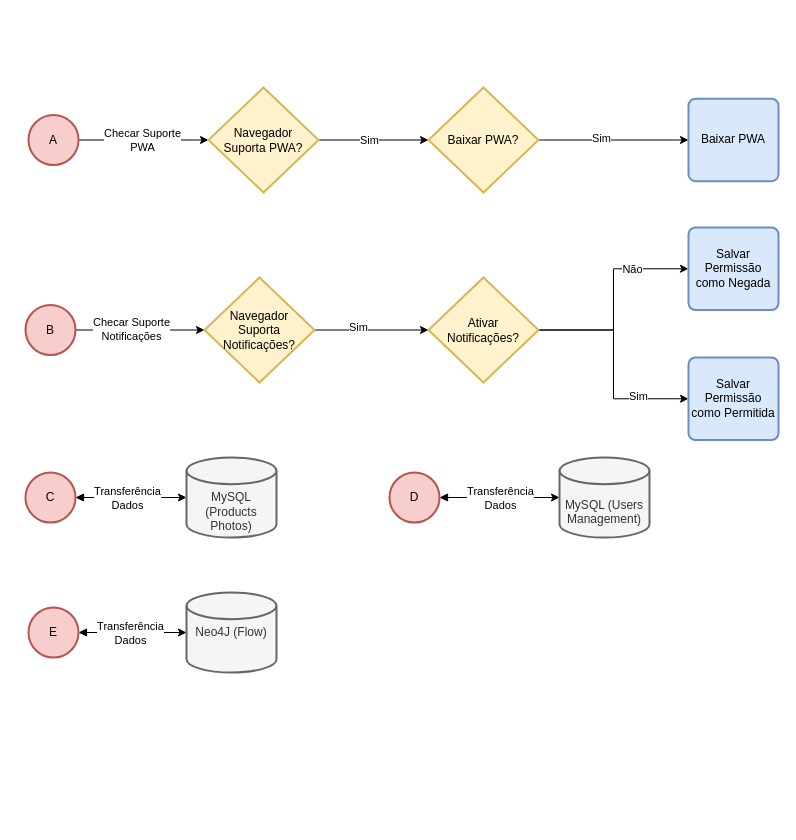
This is page "Functions - Connections" (1 of 7) of tcc-flow.drawio from CSFelix/UML, a draw.io file, before an edit. Source tidied: cells renumbered, new cells numbered last; positions are measured from the earlier drawing's top-left corner, leaving out a move shared by most shapes. Both pictures are drawn from the tidied source at 100%, with x=0, y=0 at pixel (25, 87).
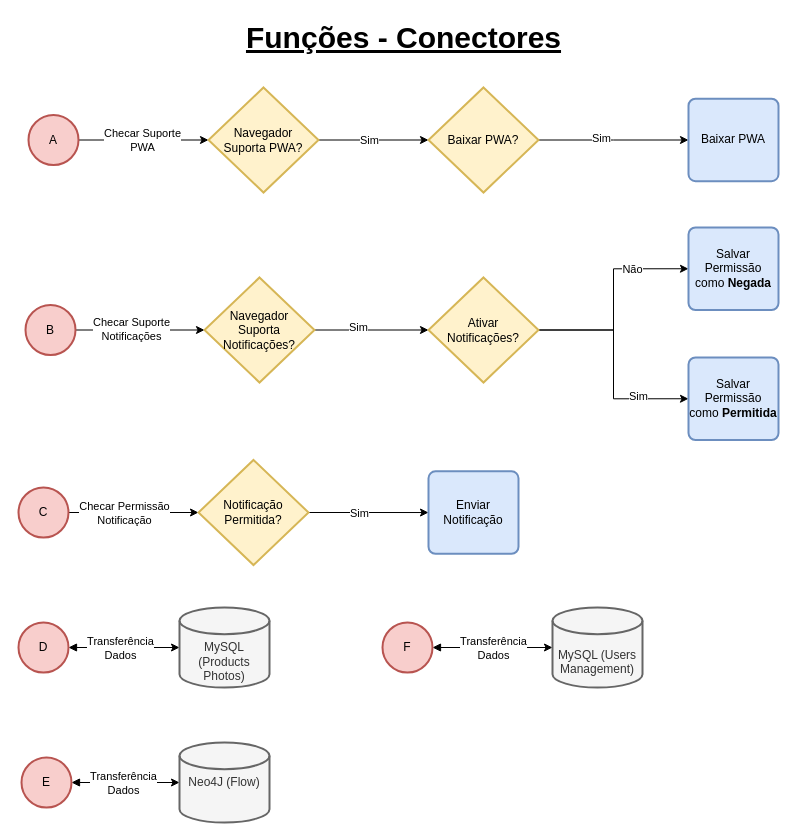
After the change.

Change to the diagram source:
```diff
@@
+    <mxCell id="37" value="Funções - Conectores" style="text;html=1;align=center;verticalAlign=middle;rounded=0;fontStyle=5;dashed=1;shadow=0;sketch=0;glass=0;fontSize=30;direction=west;rotation=0;" parent="1" vertex="1">
+      <mxGeometry x="213" y="-70" width="330" height="40" as="geometry" />
+    </mxCell>
@@
     <mxCell id="4" value="E" style="strokeWidth=2;html=1;shape=mxgraph.flowchart.start_2;whiteSpace=wrap;fillColor=#f8cecc;strokeColor=#b85450;" parent="1" vertex="1">
-      <mxGeometry x="3" y="520" width="50" height="50" as="geometry" />
+      <mxGeometry x="-4" y="670" width="50" height="50" as="geometry" />
     </mxCell>
@@
-    <mxCell id="7" value="D" style="strokeWidth=2;html=1;shape=mxgraph.flowchart.start_2;whiteSpace=wrap;fillColor=#f8cecc;strokeColor=#b85450;" parent="1" vertex="1">
-      <mxGeometry x="364" y="385" width="50" height="50" as="geometry" />
+    <mxCell id="7" value="F" style="strokeWidth=2;html=1;shape=mxgraph.flowchart.start_2;whiteSpace=wrap;fillColor=#f8cecc;strokeColor=#b85450;" parent="1" vertex="1">
+      <mxGeometry x="357" y="535" width="50" height="50" as="geometry" />
     </mxCell>
@@
-    <mxCell id="10" value="C" style="strokeWidth=2;html=1;shape=mxgraph.flowchart.start_2;whiteSpace=wrap;fillColor=#f8cecc;strokeColor=#b85450;" parent="1" vertex="1">
-      <mxGeometry y="385" width="50" height="50" as="geometry" />
+    <mxCell id="10" value="D" style="strokeWidth=2;html=1;shape=mxgraph.flowchart.start_2;whiteSpace=wrap;fillColor=#f8cecc;strokeColor=#b85450;" parent="1" vertex="1">
+      <mxGeometry x="-7" y="535" width="50" height="50" as="geometry" />
     </mxCell>
@@
     <mxCell id="17" value="&lt;br&gt;&lt;br&gt;MySQL (Users Management)" style="strokeWidth=2;html=1;shape=mxgraph.flowchart.database;whiteSpace=wrap;fillColor=#f5f5f5;strokeColor=#666666;fontColor=#333333;" parent="1" vertex="1">
-      <mxGeometry x="534" y="370" width="90" height="80" as="geometry" />
+      <mxGeometry x="527" y="520" width="90" height="80" as="geometry" />
     </mxCell>
     <mxCell id="18" value="Neo4J (Flow)" style="strokeWidth=2;html=1;shape=mxgraph.flowchart.database;whiteSpace=wrap;fillColor=#f5f5f5;strokeColor=#666666;fontColor=#333333;" parent="1" vertex="1">
-      <mxGeometry x="161" y="505" width="90" height="80" as="geometry" />
+      <mxGeometry x="154" y="655" width="90" height="80" as="geometry" />
     </mxCell>
     <mxCell id="19" value="&lt;br&gt;&lt;br&gt;MySQL (Products Photos)" style="strokeWidth=2;html=1;shape=mxgraph.flowchart.database;whiteSpace=wrap;fillColor=#f5f5f5;strokeColor=#666666;fontColor=#333333;" parent="1" vertex="1">
-      <mxGeometry x="161" y="370" width="90" height="80" as="geometry" />
+      <mxGeometry x="154" y="520" width="90" height="80" as="geometry" />
     </mxCell>
@@
-    <mxCell id="35" value="Salvar Permissão como Negada" style="rounded=1;whiteSpace=wrap;html=1;absoluteArcSize=1;arcSize=14;strokeWidth=2;fillColor=#dae8fc;strokeColor=#6c8ebf;" parent="1" vertex="1">
+    <mxCell id="35" value="Salvar Permissão como &lt;b&gt;Negada&lt;/b&gt;" style="rounded=1;whiteSpace=wrap;html=1;absoluteArcSize=1;arcSize=14;strokeWidth=2;fillColor=#dae8fc;strokeColor=#6c8ebf;" parent="1" vertex="1">
       <mxGeometry x="663" y="140" width="90" height="82.5" as="geometry" />
     </mxCell>
-    <mxCell id="36" value="Salvar Permissão como Permitida" style="rounded=1;whiteSpace=wrap;html=1;absoluteArcSize=1;arcSize=14;strokeWidth=2;fillColor=#dae8fc;strokeColor=#6c8ebf;" parent="1" vertex="1">
+    <mxCell id="36" value="Salvar Permissão como &lt;b&gt;Permitida&lt;/b&gt;" style="rounded=1;whiteSpace=wrap;html=1;absoluteArcSize=1;arcSize=14;strokeWidth=2;fillColor=#dae8fc;strokeColor=#6c8ebf;" parent="1" vertex="1">
       <mxGeometry x="663" y="270" width="90" height="82.5" as="geometry" />
     </mxCell>
+    <mxCell id="38" style="edgeStyle=orthogonalEdgeStyle;rounded=0;jettySize=auto;html=1;startArrow=none;startFill=0;fontSize=11;entryX=0;entryY=0.5;entryDx=0;entryDy=0;entryPerimeter=0;" parent="1" edge="1" source="40" target="43">
+      <mxGeometry relative="1" as="geometry" />
+    </mxCell>
+    <mxCell id="39" value="Checar Permissão&lt;br&gt;Notificação" style="edgeLabel;html=1;align=center;verticalAlign=middle;fontSize=11;" parent="38" vertex="1">
+      <mxGeometry x="-0.19" y="-2" relative="1" as="geometry">
+        <mxPoint x="2" y="-2" as="offset" />
+      </mxGeometry>
+    </mxCell>
+    <mxCell id="40" value="C" style="strokeWidth=2;html=1;shape=mxgraph.flowchart.start_2;whiteSpace=wrap;fillColor=#f8cecc;strokeColor=#b85450;" parent="1" vertex="1">
+      <mxGeometry x="-7" y="400" width="50" height="50" as="geometry" />
+    </mxCell>
+    <mxCell id="41" style="edgeStyle=orthogonalEdgeStyle;rounded=0;jettySize=auto;html=1;entryX=0;entryY=0.5;entryDx=0;entryDy=0;startArrow=none;startFill=0;fontSize=11;" parent="1" edge="1" source="43" target="44">
+      <mxGeometry relative="1" as="geometry" />
+    </mxCell>
+    <mxCell id="42" value="Sim" style="edgeLabel;html=1;align=center;verticalAlign=middle;fontSize=11;" parent="41" vertex="1">
+      <mxGeometry x="-0.34" y="-3" relative="1" as="geometry">
+        <mxPoint x="10" y="-3" as="offset" />
+      </mxGeometry>
+    </mxCell>
+    <mxCell id="43" value="Notificação Permitida?" style="strokeWidth=2;html=1;shape=mxgraph.flowchart.decision;whiteSpace=wrap;fillColor=#fff2cc;strokeColor=#d6b656;" parent="1" vertex="1">
+      <mxGeometry x="173" y="372.5" width="110" height="105" as="geometry" />
+    </mxCell>
+    <mxCell id="44" value="Enviar Notificação" style="rounded=1;whiteSpace=wrap;html=1;absoluteArcSize=1;arcSize=14;strokeWidth=2;fillColor=#dae8fc;strokeColor=#6c8ebf;" parent="1" vertex="1">
+      <mxGeometry x="403" y="383.8" width="90" height="82.5" as="geometry" />
+    </mxCell>
```
